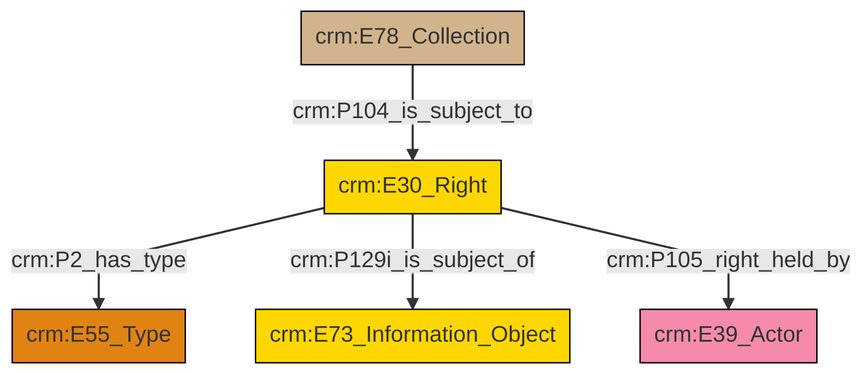
The Mermaid diagram et/archivalCSV/ttl/mmd/png/archival_rights.png in swiss-art-research-net/docs.swissartresearch, before a commit. Its source is kept beside it as et/archivalCSV/ttl/mmd/archival_rights.ttl.mmd. Its diagram source:
```mermaid
graph TD
classDef Literal fill:#f2f2f2,stroke:#000000;
classDef CRM_Entity fill:#FFFFFF,stroke:#000000;
classDef Temporal_Entity fill:#00C9E6, stroke:#000000;
classDef Type fill:#E18312, stroke:#000000;
classDef Time-Span fill:#2C9C91, stroke:#000000;
classDef Appellation fill:#FFEB7F, stroke:#000000;
classDef Place fill:#008836, stroke:#000000;
classDef Persistent_Item fill:#B266B2, stroke:#000000;
classDef Conceptual_Object fill:#FFD700, stroke:#000000;
classDef Physical_Thing fill:#D2B48C, stroke:#000000;
classDef Actor fill:#f58aad, stroke:#000000;
classDef PC_Classes fill:#4ce600, stroke:#000000;
classDef Multi fill:#cccccc,stroke:#000000;

2["crm:E30_Right"]:::Conceptual_Object -->|crm:P2_has_type| 0["crm:E55_Type"]:::Type
2["crm:E30_Right"]:::Conceptual_Object -->|crm:P129i_is_subject_of| 4["crm:E73_Information_Object"]:::Conceptual_Object
2["crm:E30_Right"]:::Conceptual_Object -->|crm:P105_right_held_by| 6["crm:E39_Actor"]:::Actor
8["crm:E78_Collection"]:::Physical_Thing -->|crm:P104_is_subject_to| 2["crm:E30_Right"]:::Conceptual_Object
```
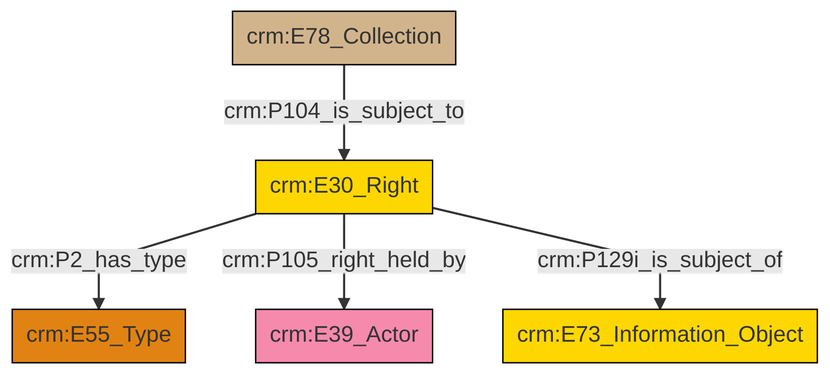
After the change.

Change to the diagram source:
```diff
@@ -14,6 +14,6 @@
 classDef Multi fill:#cccccc,stroke:#000000;
 
 2["crm:E30_Right"]:::Conceptual_Object -->|crm:P2_has_type| 0["crm:E55_Type"]:::Type
+2["crm:E30_Right"]:::Conceptual_Object -->|crm:P105_right_held_by| 8["crm:E39_Actor"]:::Actor
+6["crm:E78_Collection"]:::Physical_Thing -->|crm:P104_is_subject_to| 2["crm:E30_Right"]:::Conceptual_Object
 2["crm:E30_Right"]:::Conceptual_Object -->|crm:P129i_is_subject_of| 4["crm:E73_Information_Object"]:::Conceptual_Object
-2["crm:E30_Right"]:::Conceptual_Object -->|crm:P105_right_held_by| 6["crm:E39_Actor"]:::Actor
-8["crm:E78_Collection"]:::Physical_Thing -->|crm:P104_is_subject_to| 2["crm:E30_Right"]:::Conceptual_Object
```
